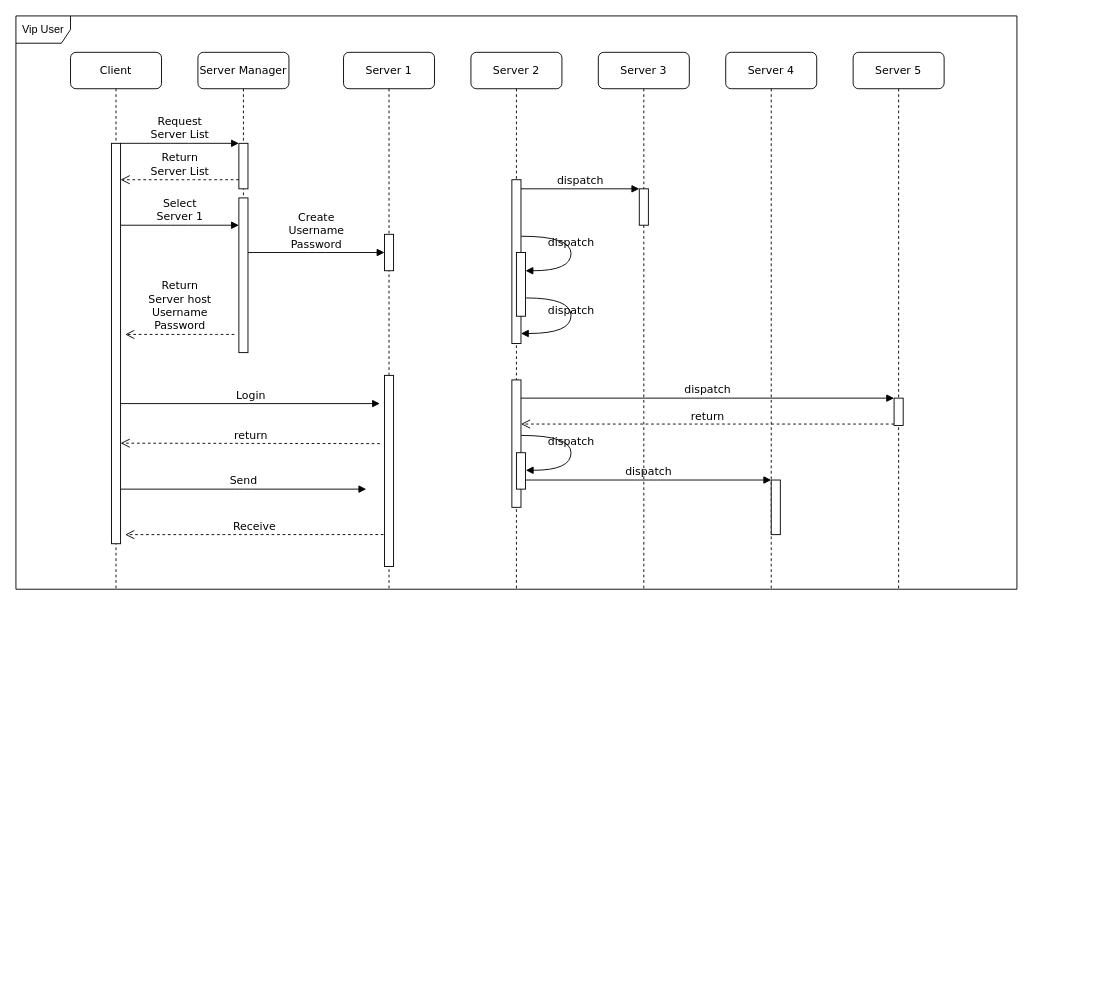
Earlier version of the draw.io diagram VPN_vip_user.drawio (Hewitt1410/public). Source tidied: cells renumbered, new cells numbered last; positions are measured from the earlier drawing's top-left corner, leaving out a move shared by most shapes. Both pictures are drawn from the tidied source at 91%, with x=0, y=0 at pixel (15, 15).
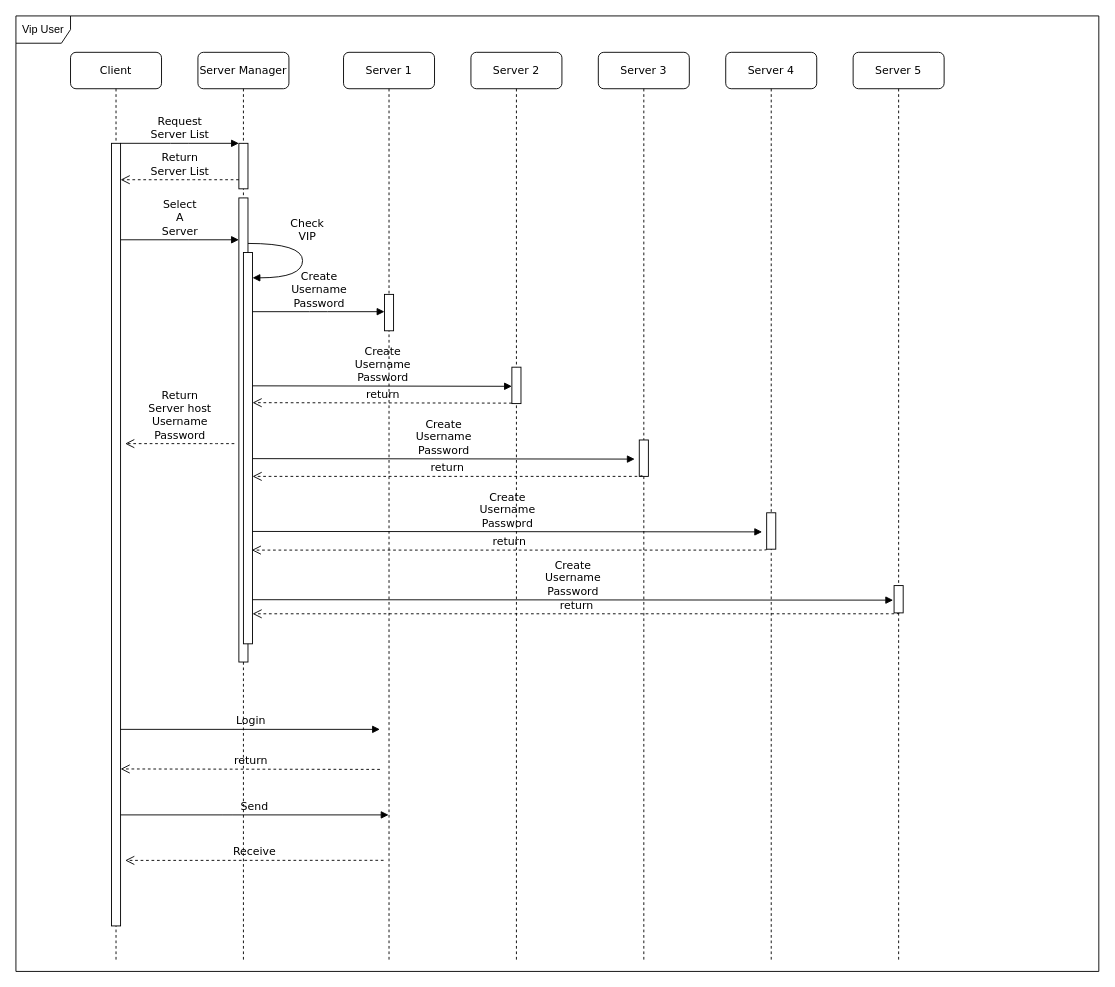
The same page after the edit.

Change to the diagram source:
```diff
@@
     <mxCell id="2" value="&lt;div&gt;Server Manager&lt;/div&gt;" style="shape=umlLifeline;perimeter=lifelinePerimeter;whiteSpace=wrap;html=1;rounded=1;shadow=0;comic=0;labelBackgroundColor=none;strokeWidth=1;fontFamily=Verdana;fontSize=12;align=center;" parent="1" vertex="1">
-      <mxGeometry x="200" y="40" width="100" height="330" as="geometry" />
+      <mxGeometry x="200" y="40" width="100" height="1000" as="geometry" />
     </mxCell>
@@
     <mxCell id="4" style="html=1;perimeter=orthogonalPerimeter;rounded=0;shadow=0;comic=0;labelBackgroundColor=none;strokeWidth=1;fontFamily=Verdana;fontSize=12;align=center;" parent="2" vertex="1">
-      <mxGeometry x="45" y="160" width="10" height="170" as="geometry" />
+      <mxGeometry x="45" y="160" width="10" height="510" as="geometry" />
     </mxCell>
-    <mxCell id="5" value="&lt;div&gt;Select&lt;/div&gt;&lt;div&gt;Server 1&lt;br&gt;&lt;/div&gt;" style="html=1;verticalAlign=bottom;endArrow=block;entryX=0;entryY=0;labelBackgroundColor=none;fontFamily=Verdana;fontSize=12;edgeStyle=elbowEdgeStyle;elbow=vertical;" parent="2" edge="1">
+    <mxCell id="5" value="&lt;div&gt;Select&lt;/div&gt;&lt;div&gt;A&lt;br&gt;&lt;/div&gt;&lt;div&gt;Server &lt;br&gt;&lt;/div&gt;" style="html=1;verticalAlign=bottom;endArrow=block;entryX=0;entryY=0;labelBackgroundColor=none;fontFamily=Verdana;fontSize=12;edgeStyle=elbowEdgeStyle;elbow=vertical;" parent="2" edge="1">
       <mxGeometry relative="1" as="geometry">
-        <mxPoint x="-85" y="190" as="sourcePoint" />
-        <mxPoint x="45" y="190" as="targetPoint" />
+        <mxPoint x="-85" y="206" as="sourcePoint" />
+        <mxPoint x="45" y="206" as="targetPoint" />
       </mxGeometry>
     </mxCell>
@@
-    <mxCell id="7" value="&lt;div&gt;Return&lt;/div&gt;&lt;div&gt;Server host&lt;br&gt;&lt;/div&gt;&lt;div&gt;Username&lt;/div&gt;&lt;div&gt;Password&lt;/div&gt;" style="html=1;verticalAlign=bottom;endArrow=open;dashed=1;endSize=8;labelBackgroundColor=none;fontFamily=Verdana;fontSize=12;edgeStyle=elbowEdgeStyle;elbow=vertical;" parent="2" edge="1">
-      <mxGeometry relative="1" as="geometry">
-        <mxPoint x="40" y="310" as="sourcePoint" />
-        <mxPoint x="-80" y="310" as="targetPoint" />
-        <Array as="points">
-          <mxPoint x="14.5" y="310" />
-          <mxPoint x="44.5" y="310" />
-        </Array>
-      </mxGeometry>
-    </mxCell>
+    <mxCell id="38" style="html=1;points=[];perimeter=orthogonalPerimeter;rounded=0;shadow=0;comic=0;labelBackgroundColor=none;strokeWidth=1;fontFamily=Verdana;fontSize=12;align=center;" parent="2" vertex="1">
+      <mxGeometry x="50" y="220" width="10" height="430" as="geometry" />
+    </mxCell>
     <mxCell id="8" value="&lt;div&gt;Server 1&lt;/div&gt;" style="shape=umlLifeline;perimeter=lifelinePerimeter;whiteSpace=wrap;html=1;outlineConnect=0;rounded=1;shadow=0;comic=0;labelBackgroundColor=none;strokeWidth=1;fontFamily=Verdana;fontSize=12;align=center;" parent="1" vertex="1">
-      <mxGeometry x="360" y="40" width="100" height="590" as="geometry" />
+      <mxGeometry x="360" y="40" width="100" height="1000" as="geometry" />
     </mxCell>
     <mxCell id="9" style="html=1;perimeter=orthogonalPerimeter;rounded=0;shadow=0;comic=0;labelBackgroundColor=none;strokeWidth=1;fontFamily=Verdana;fontSize=12;align=center;" parent="8" vertex="1">
-      <mxGeometry x="45" y="200" width="10" height="40" as="geometry" />
+      <mxGeometry x="45" y="266" width="10" height="40" as="geometry" />
     </mxCell>
     <mxCell id="10" value="&lt;div&gt;Create&lt;/div&gt;&lt;div&gt;Username&lt;/div&gt;&lt;div&gt;Password&lt;/div&gt;" style="html=1;verticalAlign=bottom;endArrow=block;entryX=0;entryY=0;labelBackgroundColor=none;fontFamily=Verdana;fontSize=12;edgeStyle=elbowEdgeStyle;elbow=vertical;" parent="8" edge="1">
       <mxGeometry relative="1" as="geometry">
-        <mxPoint x="-105" y="220" as="sourcePoint" />
-        <mxPoint x="45" y="220" as="targetPoint" />
+        <mxPoint x="-100" y="285" as="sourcePoint" />
+        <mxPoint x="45" y="285" as="targetPoint" />
       </mxGeometry>
     </mxCell>
     <mxCell id="11" value="&lt;div&gt;Server 2&lt;/div&gt;" style="shape=umlLifeline;perimeter=lifelinePerimeter;whiteSpace=wrap;html=1;rounded=1;shadow=0;comic=0;labelBackgroundColor=none;strokeWidth=1;fontFamily=Verdana;fontSize=12;align=center;" parent="1" vertex="1">
-      <mxGeometry x="500" y="40" width="100" height="590" as="geometry" />
+      <mxGeometry x="500" y="40" width="100" height="1000" as="geometry" />
     </mxCell>
     <mxCell id="12" value="&lt;div&gt;Server 3&lt;/div&gt;" style="shape=umlLifeline;perimeter=lifelinePerimeter;whiteSpace=wrap;html=1;rounded=1;shadow=0;comic=0;labelBackgroundColor=none;strokeWidth=1;fontFamily=Verdana;fontSize=12;align=center;" parent="1" vertex="1">
-      <mxGeometry x="640" y="40" width="100" height="590" as="geometry" />
+      <mxGeometry x="640" y="40" width="100" height="1000" as="geometry" />
     </mxCell>
     <mxCell id="13" value="Server 4" style="shape=umlLifeline;perimeter=lifelinePerimeter;whiteSpace=wrap;html=1;rounded=1;shadow=0;comic=0;labelBackgroundColor=none;strokeWidth=1;fontFamily=Verdana;fontSize=12;align=center;" parent="1" vertex="1">
-      <mxGeometry x="780" y="40" width="100" height="590" as="geometry" />
+      <mxGeometry x="780" y="40" width="100" height="1000" as="geometry" />
     </mxCell>
     <mxCell id="14" value="Server 5" style="shape=umlLifeline;perimeter=lifelinePerimeter;whiteSpace=wrap;html=1;rounded=1;shadow=0;comic=0;labelBackgroundColor=none;strokeWidth=1;fontFamily=Verdana;fontSize=12;align=center;" parent="1" vertex="1">
-      <mxGeometry x="920" y="40" width="100" height="590" as="geometry" />
+      <mxGeometry x="920" y="40" width="100" height="1000" as="geometry" />
     </mxCell>
     <mxCell id="15" value="&lt;div&gt;Client&lt;/div&gt;" style="shape=umlLifeline;perimeter=lifelinePerimeter;whiteSpace=wrap;html=1;rounded=1;shadow=0;comic=0;labelBackgroundColor=none;strokeWidth=1;fontFamily=Verdana;fontSize=12;align=center;" parent="1" vertex="1">
-      <mxGeometry x="60" y="40" width="100" height="590" as="geometry" />
+      <mxGeometry x="60" y="40" width="100" height="1000" as="geometry" />
     </mxCell>
     <mxCell id="16" style="html=1;points=[];perimeter=orthogonalPerimeter;rounded=0;shadow=0;comic=0;labelBackgroundColor=none;strokeWidth=1;fontFamily=Verdana;fontSize=12;align=center;" parent="15" vertex="1">
-      <mxGeometry x="45" y="100" width="10" height="440" as="geometry" />
+      <mxGeometry x="45" y="100" width="10" height="860" as="geometry" />
     </mxCell>
-    <mxCell id="17" style="html=1;points=[];perimeter=orthogonalPerimeter;rounded=0;shadow=0;comic=0;labelBackgroundColor=none;strokeWidth=1;fontFamily=Verdana;fontSize=12;align=center;" parent="1" vertex="1">
-      <mxGeometry x="545" y="180" width="10" height="180" as="geometry" />
-    </mxCell>
     <mxCell id="18" style="html=1;points=[];perimeter=orthogonalPerimeter;rounded=0;shadow=0;comic=0;labelBackgroundColor=none;strokeWidth=1;fontFamily=Verdana;fontSize=12;align=center;" parent="1" vertex="1">
-      <mxGeometry x="685" y="190" width="10" height="40" as="geometry" />
+      <mxGeometry x="685" y="466" width="10" height="40" as="geometry" />
     </mxCell>
-    <mxCell id="19" value="dispatch" style="html=1;verticalAlign=bottom;endArrow=block;entryX=0;entryY=0;labelBackgroundColor=none;fontFamily=Verdana;fontSize=12;edgeStyle=elbowEdgeStyle;elbow=vertical;" parent="1" edge="1" source="17" target="18">
-      <mxGeometry relative="1" as="geometry" />
-    </mxCell>
-    <mxCell id="20" style="html=1;points=[];perimeter=orthogonalPerimeter;rounded=0;shadow=0;comic=0;labelBackgroundColor=none;strokeWidth=1;fontFamily=Verdana;fontSize=12;align=center;" parent="1" vertex="1">
-      <mxGeometry x="545" y="400" width="10" height="140" as="geometry" />
-    </mxCell>
     <mxCell id="21" value="Login" style="html=1;verticalAlign=bottom;endArrow=block;labelBackgroundColor=none;fontFamily=Verdana;fontSize=12;" parent="1" edge="1">
       <mxGeometry relative="1" as="geometry">
-        <mxPoint x="115" y="426" as="sourcePoint" />
-        <mxPoint x="400" y="426" as="targetPoint" />
+        <mxPoint x="115" y="784" as="sourcePoint" />
+        <mxPoint x="400" y="784" as="targetPoint" />
       </mxGeometry>
     </mxCell>
     <mxCell id="22" style="html=1;points=[];perimeter=orthogonalPerimeter;rounded=0;shadow=0;comic=0;labelBackgroundColor=none;strokeColor=#000000;strokeWidth=1;fillColor=#FFFFFF;fontFamily=Verdana;fontSize=12;fontColor=#000000;align=center;" parent="1" vertex="1">
-      <mxGeometry x="965" y="420" width="10" height="30" as="geometry" />
+      <mxGeometry x="965" y="626" width="10" height="30" as="geometry" />
     </mxCell>
-    <mxCell id="23" value="dispatch" style="html=1;verticalAlign=bottom;endArrow=block;entryX=0;entryY=0;labelBackgroundColor=none;fontFamily=Verdana;fontSize=12;" parent="1" edge="1" source="20" target="22">
-      <mxGeometry relative="1" as="geometry" />
-    </mxCell>
-    <mxCell id="24" value="return" style="html=1;verticalAlign=bottom;endArrow=open;dashed=1;endSize=8;exitX=0;exitY=0.95;labelBackgroundColor=none;fontFamily=Verdana;fontSize=12;" parent="1" edge="1" source="22" target="20">
-      <mxGeometry relative="1" as="geometry" />
-    </mxCell>
-    <mxCell id="25" style="html=1;points=[];perimeter=orthogonalPerimeter;rounded=0;shadow=0;comic=0;labelBackgroundColor=none;strokeWidth=1;fontFamily=Verdana;fontSize=12;align=center;" parent="1" vertex="1">
-      <mxGeometry x="830" y="510" width="10" height="60" as="geometry" />
-    </mxCell>
-    <mxCell id="26" value="dispatch" style="html=1;verticalAlign=bottom;endArrow=block;entryX=0;entryY=0;labelBackgroundColor=none;fontFamily=Verdana;fontSize=12;edgeStyle=elbowEdgeStyle;elbow=vertical;" parent="1" edge="1" source="31" target="25">
-      <mxGeometry relative="1" as="geometry" />
-    </mxCell>
@@
-    <mxCell id="28" style="html=1;points=[];perimeter=orthogonalPerimeter;rounded=0;shadow=0;comic=0;labelBackgroundColor=none;strokeWidth=1;fontFamily=Verdana;fontSize=12;align=center;" parent="1" vertex="1">
-      <mxGeometry x="550" y="260" width="10" height="70" as="geometry" />
-    </mxCell>
-    <mxCell id="29" value="dispatch" style="html=1;verticalAlign=bottom;endArrow=block;labelBackgroundColor=none;fontFamily=Verdana;fontSize=12;elbow=vertical;edgeStyle=orthogonalEdgeStyle;curved=1;entryX=1;entryY=0.286;entryPerimeter=0;exitX=1.038;exitY=0.345;exitPerimeter=0;" parent="1" edge="1" source="17" target="28">
-      <mxGeometry relative="1" as="geometry">
-        <Array as="points">
-          <mxPoint x="610" y="242" />
-          <mxPoint x="610" y="280" />
-        </Array>
-      </mxGeometry>
-    </mxCell>
-    <mxCell id="30" value="dispatch" style="html=1;verticalAlign=bottom;endArrow=block;labelBackgroundColor=none;fontFamily=Verdana;fontSize=12;elbow=vertical;edgeStyle=orthogonalEdgeStyle;curved=1;exitX=1.066;exitY=0.713;exitPerimeter=0;" parent="1" edge="1" source="28">
-      <mxGeometry relative="1" as="geometry">
-        <mxPoint x="555" y="349" as="targetPoint" />
-        <Array as="points">
-          <mxPoint x="610" y="310" />
-          <mxPoint x="610" y="349" />
-        </Array>
-      </mxGeometry>
-    </mxCell>
-    <mxCell id="31" style="html=1;points=[];perimeter=orthogonalPerimeter;rounded=0;shadow=0;comic=0;labelBackgroundColor=none;strokeWidth=1;fontFamily=Verdana;fontSize=12;align=center;" parent="1" vertex="1">
-      <mxGeometry x="550" y="480" width="10" height="40" as="geometry" />
-    </mxCell>
-    <mxCell id="32" value="dispatch" style="html=1;verticalAlign=bottom;endArrow=block;labelBackgroundColor=none;fontFamily=Verdana;fontSize=12;elbow=vertical;edgeStyle=orthogonalEdgeStyle;curved=1;entryX=1;entryY=0.286;entryPerimeter=0;exitX=1.038;exitY=0.345;exitPerimeter=0;" parent="1" edge="1">
-      <mxGeometry relative="1" as="geometry">
-        <mxPoint x="555.3" y="461" as="sourcePoint" />
-        <mxPoint x="560.3" y="499.3" as="targetPoint" />
-        <Array as="points">
-          <mxPoint x="610" y="461" />
-          <mxPoint x="610" y="499" />
-        </Array>
-      </mxGeometry>
-    </mxCell>
     <mxCell id="33" value="Vip User" style="shape=umlFrame;whiteSpace=wrap;html=1;" parent="1" vertex="1">
-      <mxGeometry width="1100" height="630" as="geometry" />
+      <mxGeometry width="1190" height="1050" as="geometry" />
     </mxCell>
-    <mxCell id="34" style="html=1;points=[];perimeter=orthogonalPerimeter;rounded=0;shadow=0;comic=0;labelBackgroundColor=none;strokeWidth=1;fontFamily=Verdana;fontSize=12;align=center;" parent="1" vertex="1">
-      <mxGeometry x="405" y="395" width="10" height="210" as="geometry" />
-    </mxCell>
     <mxCell id="35" value="return" style="html=1;verticalAlign=bottom;endArrow=open;dashed=1;endSize=8;labelBackgroundColor=none;fontFamily=Verdana;fontSize=12;edgeStyle=elbowEdgeStyle;elbow=vertical;" parent="1" edge="1">
       <mxGeometry relative="1" as="geometry">
-        <mxPoint x="400" y="470" as="sourcePoint" />
-        <mxPoint x="115" y="469.5" as="targetPoint" />
+        <mxPoint x="400" y="828" as="sourcePoint" />
+        <mxPoint x="115" y="827.5" as="targetPoint" />
         <Array as="points">
-          <mxPoint x="530" y="469.5" />
+          <mxPoint x="530" y="827.5" />
         </Array>
       </mxGeometry>
     </mxCell>
-    <mxCell id="36" value="Send " style="html=1;verticalAlign=bottom;endArrow=block;entryX=0;entryY=0;labelBackgroundColor=none;fontFamily=Verdana;fontSize=12;edgeStyle=elbowEdgeStyle;elbow=vertical;" parent="1" edge="1">
+    <mxCell id="36" value="Send " style="html=1;verticalAlign=bottom;endArrow=block;labelBackgroundColor=none;fontFamily=Verdana;fontSize=12;edgeStyle=elbowEdgeStyle;elbow=vertical;" parent="1" edge="1" target="8">
       <mxGeometry relative="1" as="geometry">
-        <mxPoint x="115" y="520" as="sourcePoint" />
-        <mxPoint x="385" y="520" as="targetPoint" />
+        <mxPoint x="115" y="878" as="sourcePoint" />
       </mxGeometry>
     </mxCell>
-    <mxCell id="37" value="&lt;div&gt;Receive&lt;/div&gt;" style="html=1;verticalAlign=bottom;endArrow=open;dashed=1;endSize=8;labelBackgroundColor=none;fontFamily=Verdana;fontSize=12;edgeStyle=elbowEdgeStyle;elbow=vertical;exitX=-0.1;exitY=0.833;exitDx=0;exitDy=0;exitPerimeter=0;" parent="1" edge="1" source="34">
+    <mxCell id="37" value="&lt;div&gt;Receive&lt;/div&gt;" style="html=1;verticalAlign=bottom;endArrow=open;dashed=1;endSize=8;labelBackgroundColor=none;fontFamily=Verdana;fontSize=12;edgeStyle=elbowEdgeStyle;elbow=vertical;exitX=-0.1;exitY=0.833;exitDx=0;exitDy=0;exitPerimeter=0;" parent="1" edge="1">
       <mxGeometry relative="1" as="geometry">
-        <mxPoint x="120" y="570" as="targetPoint" />
+        <mxPoint x="404" y="927.9" as="sourcePoint" />
+        <mxPoint x="120" y="928" as="targetPoint" />
         <Array as="points">
-          <mxPoint x="540" y="570" />
+          <mxPoint x="540" y="928" />
         </Array>
       </mxGeometry>
     </mxCell>
+    <mxCell id="39" value="&lt;div&gt;Check&lt;/div&gt;&lt;div&gt;VIP&lt;/div&gt;" style="html=1;verticalAlign=bottom;endArrow=block;labelBackgroundColor=none;fontFamily=Verdana;fontSize=12;elbow=vertical;edgeStyle=orthogonalEdgeStyle;curved=1;exitX=1;exitY=0.02;exitDx=0;exitDy=0;exitPerimeter=0;" parent="1" edge="1">
+      <mxGeometry x="-0.19" y="5" relative="1" as="geometry">
+        <mxPoint x="255" y="250" as="sourcePoint" />
+        <mxPoint x="260" y="287.8" as="targetPoint" />
+        <Array as="points">
+          <mxPoint x="315" y="249.8" />
+          <mxPoint x="315" y="287.8" />
+        </Array>
+      </mxGeometry>
+    </mxCell>
+    <mxCell id="40" style="html=1;perimeter=orthogonalPerimeter;rounded=0;shadow=0;comic=0;labelBackgroundColor=none;strokeWidth=1;fontFamily=Verdana;fontSize=12;align=center;" parent="1" vertex="1">
+      <mxGeometry x="825" y="546" width="10" height="40" as="geometry" />
+    </mxCell>
+    <mxCell id="41" style="html=1;perimeter=orthogonalPerimeter;rounded=0;shadow=0;comic=0;labelBackgroundColor=none;strokeWidth=1;fontFamily=Verdana;fontSize=12;align=center;" parent="1" vertex="1">
+      <mxGeometry x="545" y="386" width="10" height="40" as="geometry" />
+    </mxCell>
+    <mxCell id="42" value="&lt;div&gt;Create&lt;/div&gt;&lt;div&gt;Username&lt;/div&gt;&lt;div&gt;Password&lt;/div&gt;" style="html=1;verticalAlign=bottom;endArrow=block;labelBackgroundColor=none;fontFamily=Verdana;fontSize=12;edgeStyle=elbowEdgeStyle;elbow=vertical;" parent="1" edge="1">
+      <mxGeometry relative="1" as="geometry">
+        <mxPoint x="260" y="406.5" as="sourcePoint" />
+        <mxPoint x="545" y="407" as="targetPoint" />
+        <Array as="points">
+          <mxPoint x="235" y="407" />
+        </Array>
+      </mxGeometry>
+    </mxCell>
+    <mxCell id="43" value="&lt;div&gt;Create&lt;/div&gt;&lt;div&gt;Username&lt;/div&gt;&lt;div&gt;Password&lt;/div&gt;" style="html=1;verticalAlign=bottom;endArrow=block;labelBackgroundColor=none;fontFamily=Verdana;fontSize=12;edgeStyle=elbowEdgeStyle;elbow=vertical;entryX=-0.1;entryY=0.5;entryDx=0;entryDy=0;entryPerimeter=0;" parent="1" edge="1">
+      <mxGeometry relative="1" as="geometry">
+        <mxPoint x="260" y="641.5" as="sourcePoint" />
+        <mxPoint x="964" y="642" as="targetPoint" />
+        <Array as="points">
+          <mxPoint x="235" y="642" />
+        </Array>
+      </mxGeometry>
+    </mxCell>
+    <mxCell id="44" value="&lt;div&gt;Create&lt;/div&gt;&lt;div&gt;Username&lt;/div&gt;&lt;div&gt;Password&lt;/div&gt;" style="html=1;verticalAlign=bottom;endArrow=block;labelBackgroundColor=none;fontFamily=Verdana;fontSize=12;edgeStyle=elbowEdgeStyle;elbow=vertical;" parent="1" edge="1">
+      <mxGeometry relative="1" as="geometry">
+        <mxPoint x="260" y="566.5" as="sourcePoint" />
+        <mxPoint x="820" y="567" as="targetPoint" />
+        <Array as="points">
+          <mxPoint x="235" y="567" />
+        </Array>
+      </mxGeometry>
+    </mxCell>
+    <mxCell id="45" value="&lt;div&gt;Create&lt;/div&gt;&lt;div&gt;Username&lt;/div&gt;&lt;div&gt;Password&lt;/div&gt;" style="html=1;verticalAlign=bottom;endArrow=block;labelBackgroundColor=none;fontFamily=Verdana;fontSize=12;edgeStyle=elbowEdgeStyle;elbow=vertical;entryX=-0.5;entryY=0.5;entryDx=0;entryDy=0;entryPerimeter=0;" parent="1" edge="1">
+      <mxGeometry relative="1" as="geometry">
+        <mxPoint x="260" y="486.5" as="sourcePoint" />
+        <mxPoint x="680" y="487" as="targetPoint" />
+        <Array as="points">
+          <mxPoint x="235" y="487" />
+        </Array>
+      </mxGeometry>
+    </mxCell>
+    <mxCell id="7" value="&lt;div&gt;Return&lt;/div&gt;&lt;div&gt;Server host&lt;br&gt;&lt;/div&gt;&lt;div&gt;Username&lt;/div&gt;&lt;div&gt;Password&lt;/div&gt;" style="html=1;verticalAlign=bottom;endArrow=open;dashed=1;endSize=8;labelBackgroundColor=none;fontFamily=Verdana;fontSize=12;edgeStyle=elbowEdgeStyle;elbow=vertical;" parent="1" edge="1">
+      <mxGeometry relative="1" as="geometry">
+        <mxPoint x="240" y="470" as="sourcePoint" />
+        <mxPoint x="120" y="470" as="targetPoint" />
+        <Array as="points">
+          <mxPoint x="214.5" y="470" />
+          <mxPoint x="244.5" y="470" />
+        </Array>
+      </mxGeometry>
+    </mxCell>
+    <mxCell id="46" value="return" style="html=1;verticalAlign=bottom;endArrow=open;dashed=1;endSize=8;labelBackgroundColor=none;fontFamily=Verdana;fontSize=12;edgeStyle=elbowEdgeStyle;elbow=vertical;" parent="1" edge="1">
+      <mxGeometry relative="1" as="geometry">
+        <mxPoint x="545" y="425.5" as="sourcePoint" />
+        <mxPoint x="260" y="425" as="targetPoint" />
+        <Array as="points">
+          <mxPoint x="675" y="425" />
+        </Array>
+      </mxGeometry>
+    </mxCell>
+    <mxCell id="47" value="return" style="html=1;verticalAlign=bottom;endArrow=open;dashed=1;endSize=8;labelBackgroundColor=none;fontFamily=Verdana;fontSize=12;edgeStyle=elbowEdgeStyle;elbow=vertical;exitX=0.293;exitY=0.964;exitDx=0;exitDy=0;exitPerimeter=0;" parent="1" edge="1" source="18">
+      <mxGeometry relative="1" as="geometry">
+        <mxPoint x="260" y="506" as="targetPoint" />
+        <Array as="points">
+          <mxPoint x="675" y="506" />
+        </Array>
+      </mxGeometry>
+    </mxCell>
+    <mxCell id="48" value="return" style="html=1;verticalAlign=bottom;endArrow=open;dashed=1;endSize=8;labelBackgroundColor=none;fontFamily=Verdana;fontSize=12;edgeStyle=elbowEdgeStyle;elbow=vertical;exitX=0.293;exitY=0.964;exitDx=0;exitDy=0;exitPerimeter=0;entryX=0.911;entryY=0.759;entryDx=0;entryDy=0;entryPerimeter=0;" parent="1" edge="1" target="38">
+      <mxGeometry relative="1" as="geometry">
+        <mxPoint x="825" y="586" as="sourcePoint" />
+        <Array as="points">
+          <mxPoint x="965" y="587" />
+        </Array>
+      </mxGeometry>
+    </mxCell>
+    <mxCell id="49" value="return" style="html=1;verticalAlign=bottom;endArrow=open;dashed=1;endSize=8;labelBackgroundColor=none;fontFamily=Verdana;fontSize=12;edgeStyle=elbowEdgeStyle;elbow=vertical;exitX=0.293;exitY=0.964;exitDx=0;exitDy=0;exitPerimeter=0;entryX=1;entryY=0.921;entryDx=0;entryDy=0;entryPerimeter=0;" parent="1" edge="1" target="38">
+      <mxGeometry relative="1" as="geometry">
+        <mxPoint x="970.5" y="656" as="sourcePoint" />
+        <Array as="points">
+          <mxPoint x="1110.5" y="657" />
+        </Array>
+      </mxGeometry>
+    </mxCell>
```
